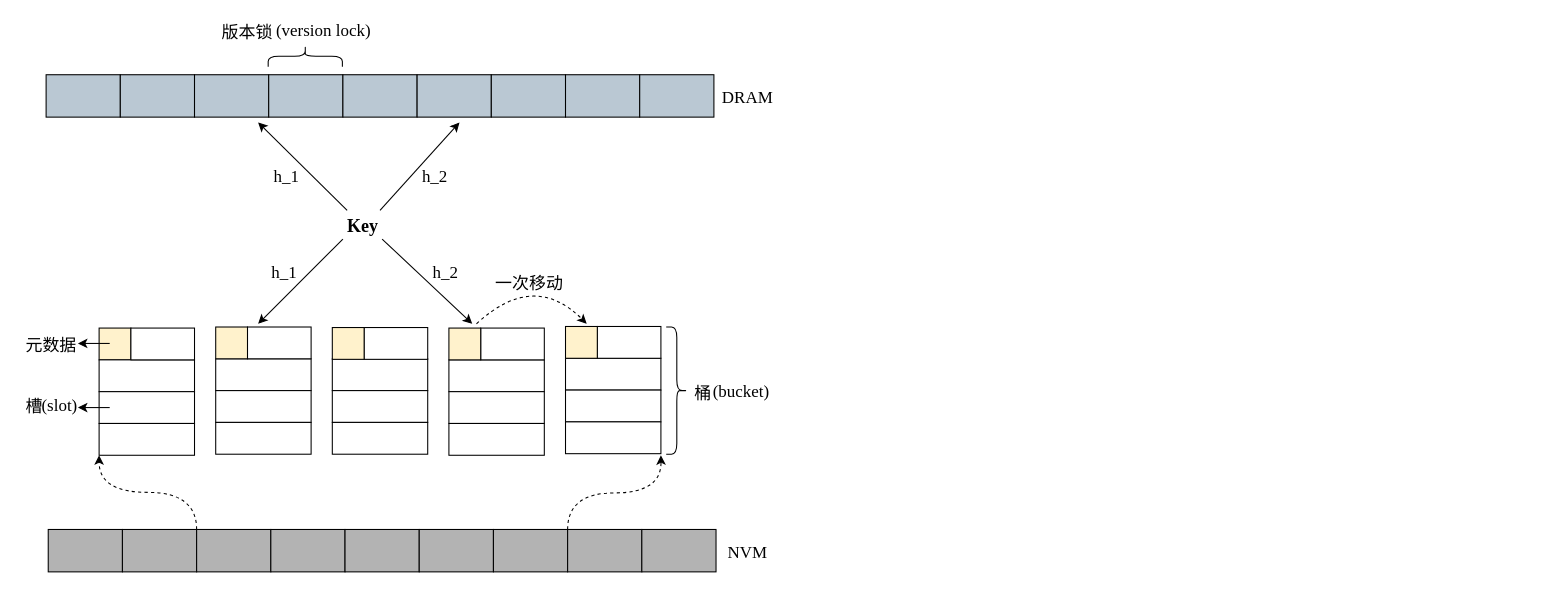
HustDsy/Picture keeps this draw.io diagram as page "整体架构" (4 of 18) of 毕业论文.drawio. Above is the earlier version. Source tidied: cells renumbered, new cells numbered last; positions are measured from the earlier drawing's top-left corner, leaving out a move shared by most shapes. Both pictures are drawn from the tidied source at 106%, with x=0, y=0 at pixel (18, 18).
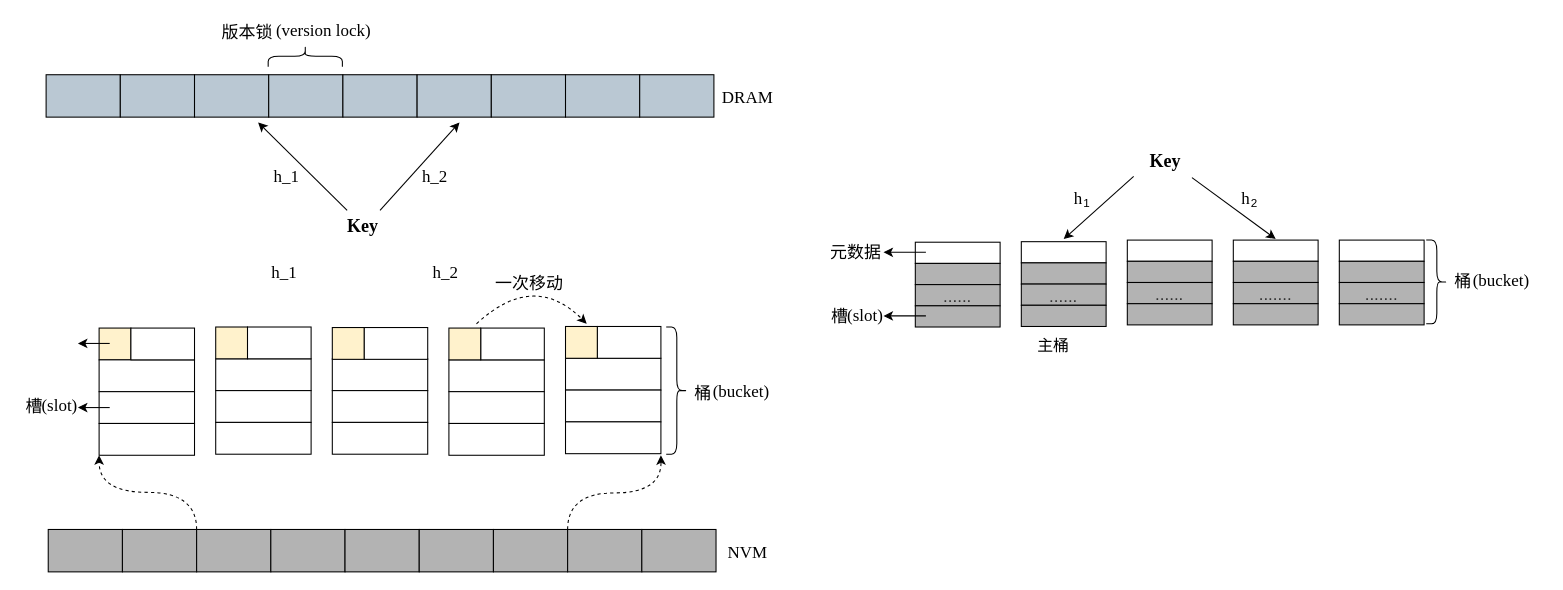
The same diagram, later.

Diff of the diagram source:
```diff
@@
-    <mxCell id="19" style="endArrow=classic;fontFamily=Times New Roman;fontSize=16;fontColor=#000000;strokeColor=#000000;strokeWidth=1;curved=1;" parent="1" edge="1">
+    <mxCell id="19" style="endArrow=classic;fontFamily=Times New Roman;fontSize=16;fontColor=#000000;strokeColor=#000000;strokeWidth=1;curved=1;exitX=-0.1;exitY=1.033;exitDx=0;exitDy=0;exitPerimeter=0;" parent="1" edge="1" source="98">
       <mxGeometry relative="1" as="geometry">
-        <mxPoint x="306" y="208" as="sourcePoint" />
-        <mxPoint x="226" y="288" as="targetPoint" />
+        <mxPoint x="986" y="208" as="targetPoint" />
       </mxGeometry>
     </mxCell>
-    <mxCell id="20" style="endArrow=classic;fontFamily=Times New Roman;fontSize=16;fontColor=#000000;strokeColor=#000000;strokeWidth=1;curved=1;" parent="1" edge="1">
+    <mxCell id="20" style="endArrow=classic;fontFamily=Times New Roman;fontSize=16;fontColor=#000000;strokeColor=#000000;strokeWidth=1;curved=1;exitX=1;exitY=1.067;exitDx=0;exitDy=0;exitPerimeter=0;" parent="1" edge="1" source="98">
       <mxGeometry relative="1" as="geometry">
-        <mxPoint x="343" y="208" as="sourcePoint" />
-        <mxPoint x="428" y="288" as="targetPoint" />
+        <mxPoint x="1186" y="208" as="targetPoint" />
       </mxGeometry>
     </mxCell>
@@
     <mxCell id="43" value="元数据" style="text;align=center;verticalAlign=middle;strokeColor=none;fillColor=none;fontSize=16;fontFamily=简宋;fontColor=#000000;" parent="1" vertex="1">
-      <mxGeometry x="1" y="297" width="60" height="20" as="geometry" />
+      <mxGeometry x="760" y="209" width="60" height="20" as="geometry" />
     </mxCell>
@@
+    <mxCell id="71" style="rounded=0;fontSize=16;" parent="1" vertex="1">
+      <mxGeometry x="846" y="211" width="80" height="20" as="geometry" />
+    </mxCell>
+    <mxCell id="72" style="rounded=0;fillColor=#B3B3B3;fontColor=#333333;strokeColor=#000000;fontSize=16;" parent="1" vertex="1">
+      <mxGeometry x="846" y="231" width="80" height="20" as="geometry" />
+    </mxCell>
+    <mxCell id="73" value="......" style="rounded=0;fillColor=#B3B3B3;fontColor=#333333;strokeColor=#000000;fontSize=16;" parent="1" vertex="1">
+      <mxGeometry x="846" y="251" width="80" height="20" as="geometry" />
+    </mxCell>
+    <mxCell id="74" style="rounded=0;strokeColor=#000000;fillColor=#B3B3B3;fontSize=16;" parent="1" vertex="1">
+      <mxGeometry x="846" y="271" width="80" height="20" as="geometry" />
+    </mxCell>
+    <mxCell id="75" style="rounded=0;fontSize=16;" parent="1" vertex="1">
+      <mxGeometry x="946" y="210.5" width="80" height="20" as="geometry" />
+    </mxCell>
+    <mxCell id="76" style="rounded=0;fillColor=#B3B3B3;fontColor=#333333;strokeColor=#000000;fontSize=16;" parent="1" vertex="1">
+      <mxGeometry x="946" y="230.5" width="80" height="20" as="geometry" />
+    </mxCell>
+    <mxCell id="77" value="......" style="rounded=0;fillColor=#B3B3B3;fontColor=#333333;strokeColor=#000000;fontSize=16;" parent="1" vertex="1">
+      <mxGeometry x="946" y="250.5" width="80" height="20" as="geometry" />
+    </mxCell>
+    <mxCell id="78" style="rounded=0;strokeColor=#000000;fillColor=#B3B3B3;fontSize=16;" parent="1" vertex="1">
+      <mxGeometry x="946" y="270.5" width="80" height="20" as="geometry" />
+    </mxCell>
+    <mxCell id="79" style="rounded=0;fontSize=16;" parent="1" vertex="1">
+      <mxGeometry x="1046" y="209" width="80" height="20" as="geometry" />
+    </mxCell>
+    <mxCell id="80" style="rounded=0;fillColor=#B3B3B3;fontColor=#333333;strokeColor=#000000;fontSize=16;" parent="1" vertex="1">
+      <mxGeometry x="1046" y="229" width="80" height="20" as="geometry" />
+    </mxCell>
+    <mxCell id="81" value="......" style="rounded=0;fillColor=#B3B3B3;fontColor=#333333;strokeColor=#000000;fontSize=16;" parent="1" vertex="1">
+      <mxGeometry x="1046" y="249" width="80" height="20" as="geometry" />
+    </mxCell>
+    <mxCell id="82" style="rounded=0;strokeColor=#000000;fillColor=#B3B3B3;fontSize=16;" parent="1" vertex="1">
+      <mxGeometry x="1046" y="269" width="80" height="20" as="geometry" />
+    </mxCell>
+    <mxCell id="83" style="rounded=0;fontSize=16;" parent="1" vertex="1">
+      <mxGeometry x="1146" y="209" width="80" height="20" as="geometry" />
+    </mxCell>
+    <mxCell id="84" style="rounded=0;fillColor=#B3B3B3;fontColor=#333333;strokeColor=#000000;fontSize=16;" parent="1" vertex="1">
+      <mxGeometry x="1146" y="229" width="80" height="20" as="geometry" />
+    </mxCell>
+    <mxCell id="85" value="......." style="rounded=0;fillColor=#B3B3B3;fontColor=#333333;strokeColor=#000000;fontSize=16;" parent="1" vertex="1">
+      <mxGeometry x="1146" y="249" width="80" height="20" as="geometry" />
+    </mxCell>
+    <mxCell id="86" style="rounded=0;strokeColor=#000000;fillColor=#B3B3B3;fontSize=16;" parent="1" vertex="1">
+      <mxGeometry x="1146" y="269" width="80" height="20" as="geometry" />
+    </mxCell>
+    <mxCell id="87" style="rounded=0;fontSize=16;" parent="1" vertex="1">
+      <mxGeometry x="1246" y="209" width="80" height="20" as="geometry" />
+    </mxCell>
+    <mxCell id="88" style="rounded=0;fillColor=#B3B3B3;fontColor=#333333;strokeColor=#000000;fontSize=16;" parent="1" vertex="1">
+      <mxGeometry x="1246" y="229" width="80" height="20" as="geometry" />
+    </mxCell>
+    <mxCell id="89" value="......." style="rounded=0;fillColor=#B3B3B3;fontColor=#333333;strokeColor=#000000;fontSize=16;" parent="1" vertex="1">
+      <mxGeometry x="1246" y="249" width="80" height="20" as="geometry" />
+    </mxCell>
+    <mxCell id="90" style="rounded=0;strokeColor=#000000;fillColor=#B3B3B3;fontSize=16;" parent="1" vertex="1">
+      <mxGeometry x="1246" y="269" width="80" height="20" as="geometry" />
+    </mxCell>
+    <mxCell id="91" style="endArrow=classic;html=1;rounded=0;fontFamily=简宋;fontSize=17;" parent="1" edge="1">
+      <mxGeometry relative="1" as="geometry">
+        <mxPoint x="856" y="220.5" as="sourcePoint" />
+        <mxPoint x="816" y="220.5" as="targetPoint" />
+      </mxGeometry>
+    </mxCell>
+    <mxCell id="92" style="endArrow=classic;html=1;rounded=0;fontFamily=简宋;fontSize=17;" parent="1" edge="1">
+      <mxGeometry relative="1" as="geometry">
+        <mxPoint x="856" y="280.5" as="sourcePoint" />
+        <mxPoint x="816" y="280.5" as="targetPoint" />
+      </mxGeometry>
+    </mxCell>
+    <mxCell id="93" value="(slot)" style="text;align=center;verticalAlign=middle;strokeColor=none;fillColor=none;fontSize=16;fontFamily=Times New Roman;fontColor=#000000;" parent="1" vertex="1">
+      <mxGeometry x="774" y="269" width="50" height="20" as="geometry" />
+    </mxCell>
+    <mxCell id="94" value="槽" style="text;align=center;verticalAlign=middle;strokeColor=none;fillColor=none;fontSize=16;fontFamily=简宋;" parent="1" vertex="1">
+      <mxGeometry x="760" y="270" width="30" height="20" as="geometry" />
+    </mxCell>
+    <mxCell id="95" value=" (bucket)" style="text;strokeColor=none;fillColor=none;align=center;verticalAlign=middle;rounded=0;fontFamily=Times New Roman;fontSize=16;fontColor=#000000;" parent="1" vertex="1">
+      <mxGeometry x="1353" y="230.5" width="88" height="30" as="geometry" />
+    </mxCell>
+    <mxCell id="96" style="shape=curlyBracket;rounded=1;flipH=1;fontFamily=简宋;fontSize=16;fontColor=#000000;strokeColor=#000000;strokeWidth=1;fillColor=#666666;rotation=0;" parent="1" vertex="1">
+      <mxGeometry x="1328" y="209" width="20" height="79" as="geometry" />
+    </mxCell>
+    <mxCell id="97" value="桶" style="text;align=center;verticalAlign=middle;strokeColor=none;fillColor=none;fontSize=16;fontFamily=简宋;" parent="1" vertex="1">
+      <mxGeometry x="1348" y="236.5" width="30" height="20" as="geometry" />
+    </mxCell>
+    <mxCell id="98" value="Key" style="text;align=center;verticalAlign=middle;points=[];strokeColor=none;fillColor=none;fontSize=17;fontFamily=Times New Roman;fontStyle=1;" parent="1" vertex="1">
+      <mxGeometry x="1057" y="118" width="50" height="30" as="geometry" />
+    </mxCell>
+    <mxCell id="99" value="h" style="text;align=center;verticalAlign=middle;strokeColor=none;fillColor=none;fontSize=16;fontFamily=Times New Roman;fontColor=#000000;" parent="1" vertex="1">
+      <mxGeometry x="990" y="158" width="20" height="20" as="geometry" />
+    </mxCell>
+    <mxCell id="100" value="&lt;font style=&quot;font-size: 11px&quot;&gt;1&lt;/font&gt;" style="text;html=1;strokeColor=none;fillColor=none;align=center;verticalAlign=middle;whiteSpace=wrap;rounded=0;fontFamily=简宋;fontSize=17;" parent="1" vertex="1">
+      <mxGeometry x="978" y="158" width="60" height="30" as="geometry" />
+    </mxCell>
+    <mxCell id="101" value="h" style="text;align=center;verticalAlign=middle;strokeColor=none;fillColor=none;fontSize=16;fontFamily=Times New Roman;fontColor=#000000;" parent="1" vertex="1">
+      <mxGeometry x="1148" y="158" width="20" height="20" as="geometry" />
+    </mxCell>
+    <mxCell id="102" value="&lt;span style=&quot;font-size: 11px&quot;&gt;2&lt;/span&gt;" style="text;html=1;strokeColor=none;fillColor=none;align=center;verticalAlign=middle;whiteSpace=wrap;rounded=0;fontFamily=简宋;fontSize=17;" parent="1" vertex="1">
+      <mxGeometry x="1136" y="158" width="60" height="30" as="geometry" />
+    </mxCell>
+    <mxCell id="103" value="主桶" style="text;html=1;align=center;verticalAlign=middle;strokeColor=none;fillColor=none;fontSize=15;fontFamily=简宋;" parent="1" vertex="1">
+      <mxGeometry x="951" y="298" width="50" height="20" as="geometry" />
+    </mxCell>
```
